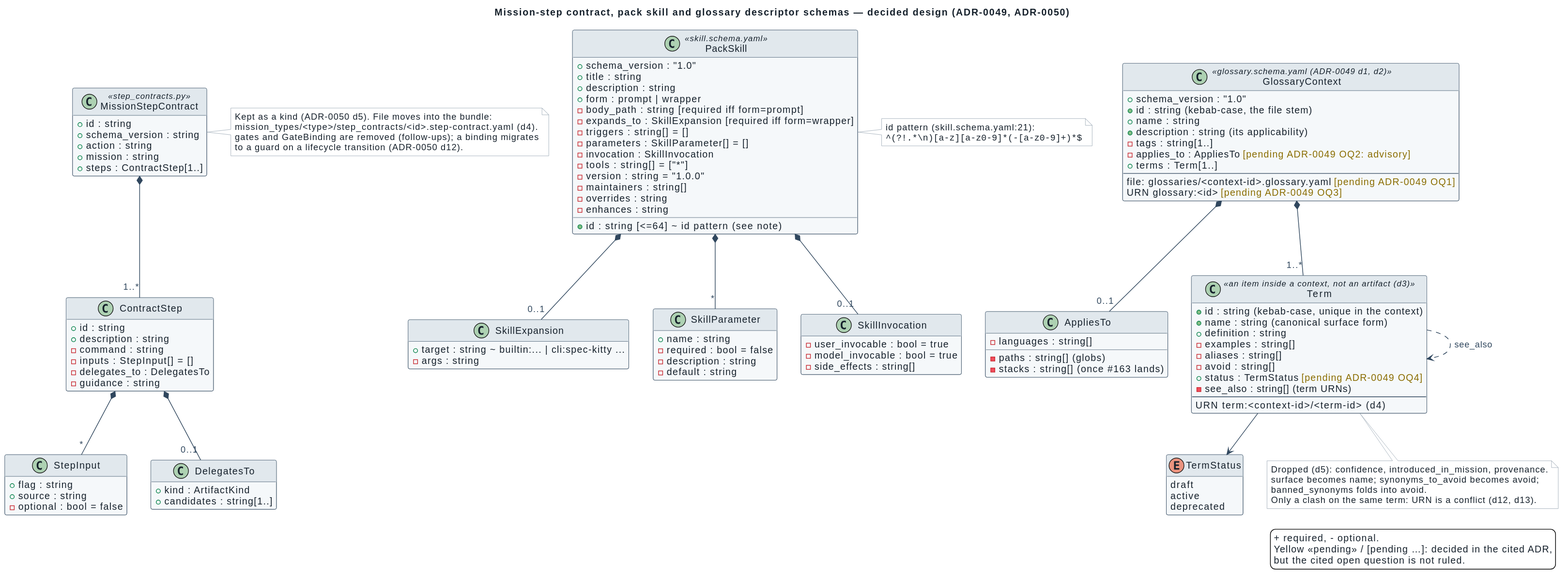
This is docs/architecture/diagrams/descriptor-mission-skill-glossary.svg from spec-kitty/spec-kitty-charter, a PlantUML export, as it was before one commit.
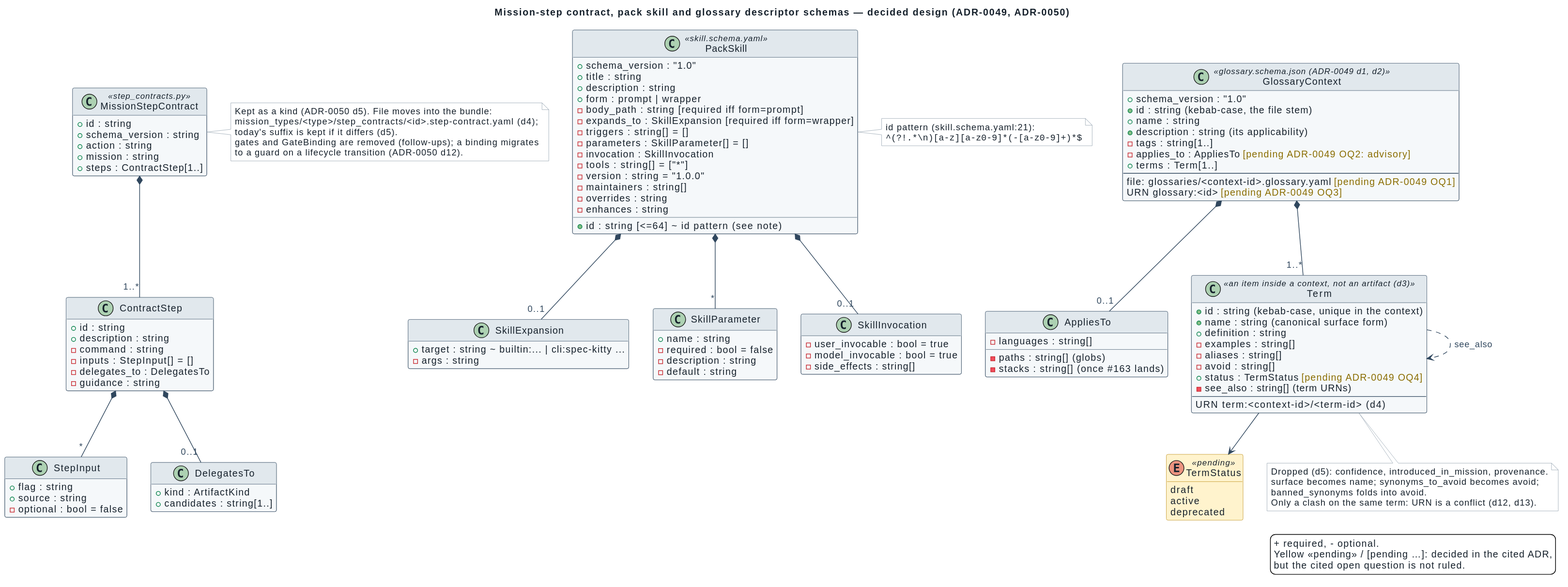
After the change.

Change to the diagram source:
```diff
@@ -11,7 +11,8 @@
 }
 note right of MissionStepContract
   Kept as a kind (ADR-0050 d5). File moves into the bundle:
-  mission_types/<type>/step_contracts/<id>.step-contract.yaml (d4).
+  mission_types/<type>/step_contracts/<id>.step-contract.yaml (d4);
+  today's suffix is kept if it differs (d5).
   gates and GateBinding are removed (follow-ups); a binding migrates
   to a guard on a lifecycle transition (ADR-0050 d12).
 end note
@@ -72,7 +73,7 @@
 PackSkill *-- "*" SkillParameter
 PackSkill *-- "0..1" SkillInvocation
 
-class GlossaryContext <<glossary.schema.yaml (ADR-0049 d1, d2)>> {
+class GlossaryContext <<glossary.schema.json (ADR-0049 d1, d2)>> {
   + schema_version : "1.0"
   + id : string (kebab-case, the file stem)
   + name : string
@@ -101,7 +102,7 @@
   --
   URN term:<context-id>/<term-id> (d4)
 }
-enum TermStatus {
+enum TermStatus <<pending>> {
   draft
   active
   deprecated
```
